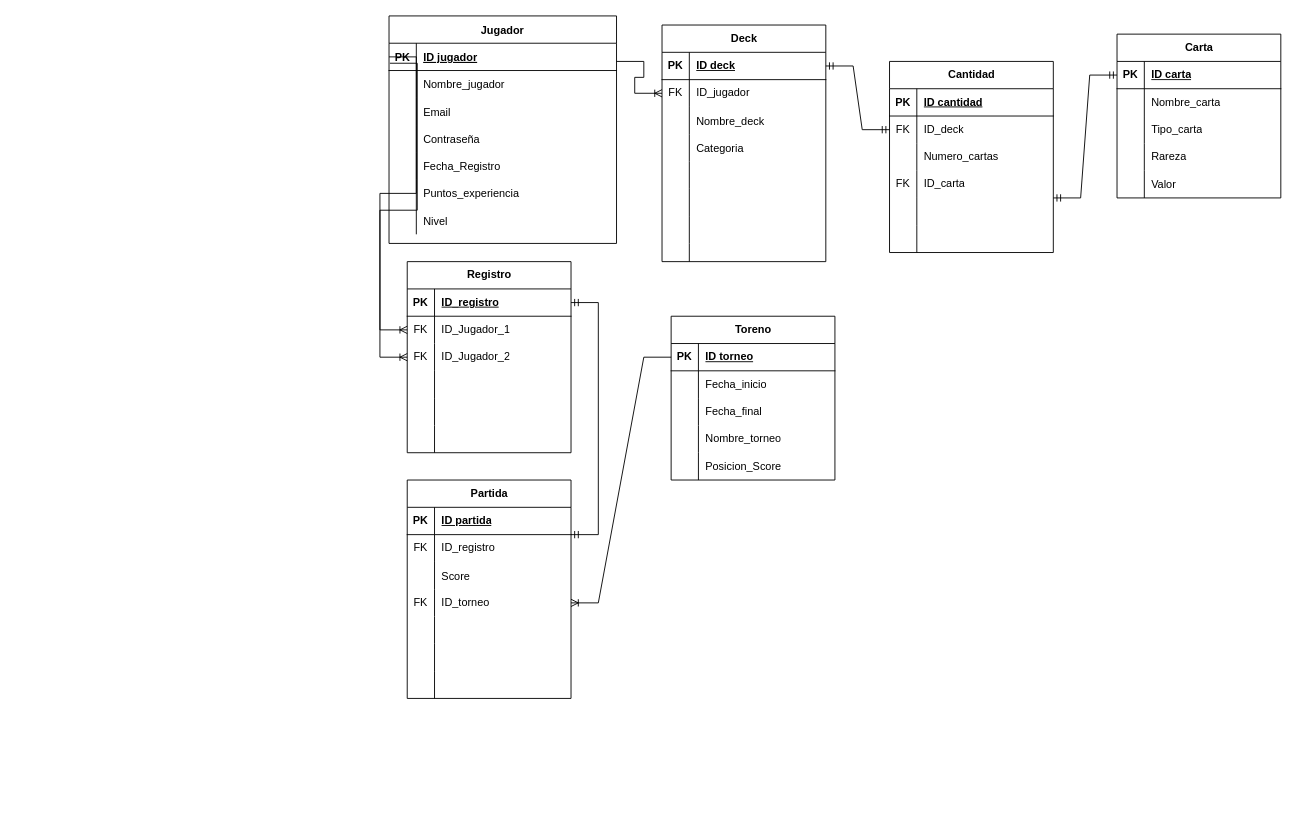
leaguirre3/A1749322_-TC2005B keeps this draw.io diagram as Base de Datos/Pokemon_TCG_1.drawio. Above is the earlier version. Source tidied: cells renumbered, new cells numbered last; positions are measured from the earlier drawing's top-left corner, leaving out a move shared by most shapes. Both pictures are drawn from the tidied source at 91%, with x=0, y=0 at pixel (389, 15).
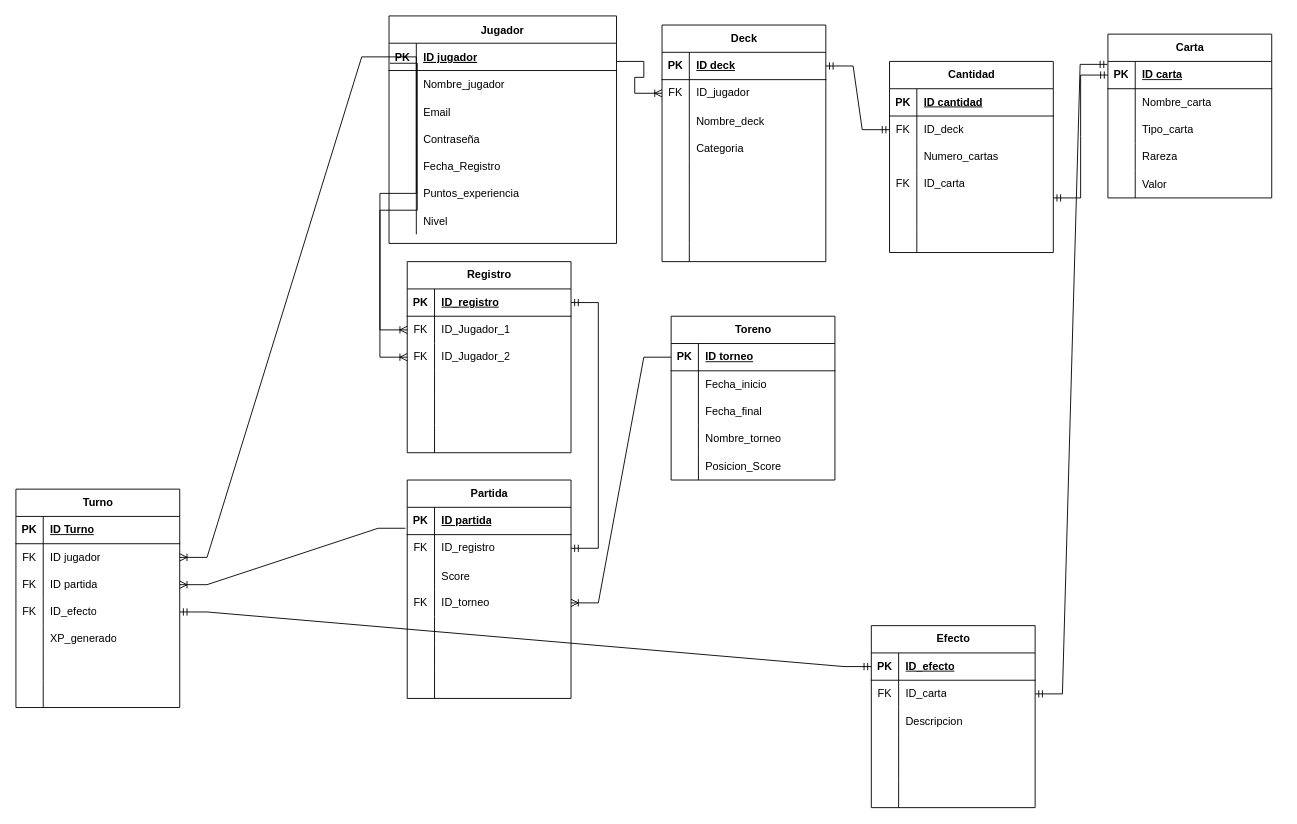
After the change.

Unchanged cells that the change refers to:
```xml
<mxCell id="3" style="shape=partialRectangle;fillColor=none;points=[[0,0.5],[1,0.5]];portConstraint=eastwest;top=0;left=0;right=0;bottom=1;" parent="2" vertex="1">
  <mxGeometry y="30" width="250" height="30" as="geometry" />
</mxCell>
<mxCell id="25" style="shape=tableRow;horizontal=0;startSize=0;swimlaneHead=0;swimlaneBody=0;fillColor=none;points=[[0,0.5],[1,0.5]];portConstraint=eastwest;top=0;left=0;right=0;bottom=1;" parent="24" vertex="1">
  <mxGeometry y="30" width="180" height="30" as="geometry" />
</mxCell>
<mxCell id="66" style="shape=tableRow;horizontal=0;startSize=0;swimlaneHead=0;swimlaneBody=0;fillColor=none;points=[[0,0.5],[1,0.5]];portConstraint=eastwest;top=0;left=0;right=0;bottom=1;" parent="65" vertex="1">
  <mxGeometry y="30" width="180" height="30" as="geometry" />
</mxCell>
<mxCell id="69" style="shape=tableRow;horizontal=0;startSize=0;swimlaneHead=0;swimlaneBody=0;fillColor=none;points=[[0,0.5],[1,0.5]];portConstraint=eastwest;top=0;left=0;right=0;bottom=0;" parent="65" vertex="1">
  <mxGeometry y="60" width="180" height="30" as="geometry" />
</mxCell>
<mxCell id="126" style="shape=tableRow;horizontal=0;startSize=0;swimlaneHead=0;swimlaneBody=0;fillColor=none;points=[[0,0.5],[1,0.5]];portConstraint=eastwest;top=0;left=0;right=0;bottom=1;" parent="125" vertex="1">
  <mxGeometry y="30" width="180" height="30" as="geometry" />
</mxCell>
```

Diff of the diagram source:
```diff
@@
     <mxCell id="24" value="Carta" style="shape=table;startSize=30;childLayout=tableLayout;rowLines=0;fontStyle=1;align=center;html=1;" parent="1" vertex="1">
-      <mxGeometry x="800" y="20" width="180" height="180" as="geometry" />
+      <mxGeometry x="790" y="20" width="180" height="180" as="geometry" />
     </mxCell>
@@
-    <mxCell id="146" style="edgeStyle=entityRelationEdgeStyle;fontSize=12;html=1;endArrow=ERmandOne;startArrow=ERmandOne;rounded=0;entryX=1;entryY=0.5;entryDx=0;entryDy=0;" parent="1" edge="1" target="126">
-      <mxGeometry relative="1" as="geometry">
-        <mxPoint x="200" y="570" as="sourcePoint" />
-      </mxGeometry>
-    </mxCell>
@@
+    <mxCell id="148" style="edgeStyle=entityRelationEdgeStyle;fontSize=12;html=1;endArrow=ERmandOne;startArrow=ERmandOne;rounded=0;" parent="1" edge="1" source="126" target="69">
+      <mxGeometry relative="1" as="geometry">
+        <Array as="points">
+          <mxPoint x="-30" y="490" />
+        </Array>
+      </mxGeometry>
+    </mxCell>
+    <mxCell id="149" value="Turno" style="shape=table;startSize=30;childLayout=tableLayout;rowLines=0;fontStyle=1;align=center;html=1;" parent="1" vertex="1">
+      <mxGeometry x="-410" y="520" width="180" height="240" as="geometry" />
+    </mxCell>
+    <mxCell id="150" style="shape=tableRow;horizontal=0;startSize=0;swimlaneHead=0;swimlaneBody=0;fillColor=none;top=0;left=0;right=0;bottom=1;" parent="149" vertex="1">
+      <mxGeometry y="30" width="180" height="30" as="geometry" />
+    </mxCell>
+    <mxCell id="151" value="PK" style="shape=partialRectangle;fillColor=none;top=0;left=0;bottom=0;right=0;fontStyle=1;overflow=hidden;whiteSpace=wrap;html=1;" parent="150" vertex="1">
+      <mxGeometry width="30" height="30" as="geometry" />
+    </mxCell>
+    <mxCell id="152" value="ID Turno" style="shape=partialRectangle;fillColor=none;top=0;left=0;bottom=0;right=0;align=left;spacingLeft=6;fontStyle=5;overflow=hidden;whiteSpace=wrap;html=1;" parent="150" vertex="1">
+      <mxGeometry x="30" width="150" height="30" as="geometry" />
+    </mxCell>
+    <mxCell id="153" style="shape=tableRow;horizontal=0;startSize=0;swimlaneHead=0;swimlaneBody=0;fillColor=none;points=[[0,0.5],[1,0.5]];portConstraint=eastwest;top=0;left=0;right=0;bottom=0;" parent="149" vertex="1">
+      <mxGeometry y="60" width="180" height="30" as="geometry" />
+    </mxCell>
+    <mxCell id="154" value="FK" style="shape=partialRectangle;fillColor=none;top=0;left=0;bottom=0;right=0;fontStyle=0;overflow=hidden;whiteSpace=wrap;html=1;" parent="153" vertex="1">
+      <mxGeometry width="30" height="30" as="geometry" />
+    </mxCell>
+    <mxCell id="155" value="ID jugador" style="shape=partialRectangle;fillColor=none;top=0;left=0;bottom=0;right=0;align=left;spacingLeft=6;fontStyle=0;overflow=hidden;whiteSpace=wrap;html=1;" parent="153" vertex="1">
+      <mxGeometry x="30" width="150" height="30" as="geometry" />
+    </mxCell>
+    <mxCell id="156" style="shape=tableRow;horizontal=0;startSize=0;swimlaneHead=0;swimlaneBody=0;fillColor=none;points=[[0,0.5],[1,0.5]];portConstraint=eastwest;top=0;left=0;right=0;bottom=0;" parent="149" vertex="1">
+      <mxGeometry y="90" width="180" height="30" as="geometry" />
+    </mxCell>
+    <mxCell id="157" value="FK" style="shape=partialRectangle;fillColor=none;top=0;left=0;bottom=0;right=0;fontStyle=0;overflow=hidden;whiteSpace=wrap;html=1;" parent="156" vertex="1">
+      <mxGeometry width="30" height="30" as="geometry" />
+    </mxCell>
+    <mxCell id="158" value="ID partida" style="shape=partialRectangle;fillColor=none;top=0;left=0;bottom=0;right=0;align=left;spacingLeft=6;fontStyle=0;overflow=hidden;whiteSpace=wrap;html=1;" parent="156" vertex="1">
+      <mxGeometry x="30" width="150" height="30" as="geometry" />
+    </mxCell>
+    <mxCell id="159" style="shape=tableRow;horizontal=0;startSize=0;swimlaneHead=0;swimlaneBody=0;fillColor=none;points=[[0,0.5],[1,0.5]];portConstraint=eastwest;top=0;left=0;right=0;bottom=0;" parent="149" vertex="1">
+      <mxGeometry y="120" width="180" height="30" as="geometry" />
+    </mxCell>
+    <mxCell id="160" value="FK" style="shape=partialRectangle;fillColor=none;top=0;left=0;bottom=0;right=0;fontStyle=0;overflow=hidden;whiteSpace=wrap;html=1;" parent="159" vertex="1">
+      <mxGeometry width="30" height="30" as="geometry" />
+    </mxCell>
+    <mxCell id="161" value="ID_efecto" style="shape=partialRectangle;fillColor=none;top=0;left=0;bottom=0;right=0;align=left;spacingLeft=6;fontStyle=0;overflow=hidden;whiteSpace=wrap;html=1;" parent="159" vertex="1">
+      <mxGeometry x="30" width="150" height="30" as="geometry" />
+    </mxCell>
+    <mxCell id="162" style="shape=tableRow;horizontal=0;startSize=0;swimlaneHead=0;swimlaneBody=0;fillColor=none;top=0;left=0;right=0;bottom=0;" parent="149" vertex="1">
+      <mxGeometry y="150" width="180" height="30" as="geometry" />
+    </mxCell>
+    <mxCell id="163" style="shape=partialRectangle;fillColor=none;top=0;left=0;bottom=0;right=0;overflow=hidden;whiteSpace=wrap;html=1;" parent="162" vertex="1">
+      <mxGeometry width="30" height="30" as="geometry" />
+    </mxCell>
+    <mxCell id="164" value="XP_generado" style="shape=partialRectangle;fillColor=none;top=0;left=0;bottom=0;right=0;align=left;spacingLeft=6;overflow=hidden;whiteSpace=wrap;html=1;" parent="162" vertex="1">
+      <mxGeometry x="30" width="150" height="30" as="geometry" />
+    </mxCell>
+    <mxCell id="165" style="shape=tableRow;horizontal=0;startSize=0;swimlaneHead=0;swimlaneBody=0;fillColor=none;top=0;left=0;right=0;bottom=0;" parent="149" vertex="1">
+      <mxGeometry y="180" width="180" height="30" as="geometry" />
+    </mxCell>
+    <mxCell id="166" style="shape=partialRectangle;fillColor=none;top=0;left=0;bottom=0;right=0;overflow=hidden;whiteSpace=wrap;html=1;" parent="165" vertex="1">
+      <mxGeometry width="30" height="30" as="geometry" />
+    </mxCell>
+    <mxCell id="167" style="shape=partialRectangle;fillColor=none;top=0;left=0;bottom=0;right=0;align=left;spacingLeft=6;overflow=hidden;whiteSpace=wrap;html=1;" parent="165" vertex="1">
+      <mxGeometry x="30" width="150" height="30" as="geometry" />
+    </mxCell>
+    <mxCell id="168" style="shape=tableRow;horizontal=0;startSize=0;swimlaneHead=0;swimlaneBody=0;fillColor=none;top=0;left=0;right=0;bottom=0;" parent="149" vertex="1">
+      <mxGeometry y="210" width="180" height="30" as="geometry" />
+    </mxCell>
+    <mxCell id="169" style="shape=partialRectangle;fillColor=none;top=0;left=0;bottom=0;right=0;overflow=hidden;whiteSpace=wrap;html=1;" parent="168" vertex="1">
+      <mxGeometry width="30" height="30" as="geometry" />
+    </mxCell>
+    <mxCell id="170" style="shape=partialRectangle;fillColor=none;top=0;left=0;bottom=0;right=0;align=left;spacingLeft=6;overflow=hidden;whiteSpace=wrap;html=1;" parent="168" vertex="1">
+      <mxGeometry x="30" width="150" height="30" as="geometry" />
+    </mxCell>
+    <mxCell id="171" style="edgeStyle=entityRelationEdgeStyle;fontSize=12;html=1;endArrow=ERoneToMany;rounded=0;exitX=-0.011;exitY=0.767;exitDx=0;exitDy=0;exitPerimeter=0;" parent="1" edge="1" source="66" target="156">
+      <mxGeometry relative="1" as="geometry">
+        <Array as="points">
+          <mxPoint y="555" />
+        </Array>
+      </mxGeometry>
+    </mxCell>
+    <mxCell id="172" style="edgeStyle=entityRelationEdgeStyle;fontSize=12;html=1;endArrow=ERoneToMany;rounded=0;entryX=1;entryY=0.5;entryDx=0;entryDy=0;exitX=0;exitY=0.5;exitDx=0;exitDy=0;" parent="1" edge="1" source="3" target="153">
+      <mxGeometry relative="1" as="geometry" />
+    </mxCell>
+    <mxCell id="173" style="edgeStyle=entityRelationEdgeStyle;fontSize=12;html=1;endArrow=ERmandOne;startArrow=ERmandOne;rounded=0;exitX=1;exitY=0.5;exitDx=0;exitDy=0;entryX=-0.003;entryY=0.108;entryDx=0;entryDy=0;entryPerimeter=0;" parent="1" edge="1" source="178" target="25">
+      <mxGeometry relative="1" as="geometry" />
+    </mxCell>
+    <mxCell id="174" value="Efecto" style="shape=table;startSize=30;childLayout=tableLayout;rowLines=0;fontStyle=1;align=center;html=1;" parent="1" vertex="1">
+      <mxGeometry x="530" y="670" width="180" height="200" as="geometry" />
+    </mxCell>
+    <mxCell id="175" style="shape=tableRow;horizontal=0;startSize=0;swimlaneHead=0;swimlaneBody=0;fillColor=none;points=[[0,0.5],[1,0.5]];portConstraint=eastwest;top=0;left=0;right=0;bottom=1;" parent="174" vertex="1">
+      <mxGeometry y="30" width="180" height="30" as="geometry" />
+    </mxCell>
+    <mxCell id="176" value="PK" style="shape=partialRectangle;fillColor=none;top=0;left=0;bottom=0;right=0;fontStyle=1;overflow=hidden;whiteSpace=wrap;html=1;" parent="175" vertex="1">
+      <mxGeometry width="30" height="30" as="geometry" />
+    </mxCell>
+    <mxCell id="177" value="ID_efecto" style="shape=partialRectangle;fillColor=none;top=0;left=0;bottom=0;right=0;align=left;spacingLeft=6;fontStyle=5;overflow=hidden;whiteSpace=wrap;html=1;" parent="175" vertex="1">
+      <mxGeometry x="30" width="150" height="30" as="geometry" />
+    </mxCell>
+    <mxCell id="178" style="shape=tableRow;horizontal=0;startSize=0;swimlaneHead=0;swimlaneBody=0;fillColor=none;points=[[0,0.5],[1,0.5]];portConstraint=eastwest;top=0;left=0;right=0;bottom=0;" parent="174" vertex="1">
+      <mxGeometry y="60" width="180" height="30" as="geometry" />
+    </mxCell>
+    <mxCell id="179" value="FK" style="shape=partialRectangle;fillColor=none;top=0;left=0;bottom=0;right=0;fontStyle=0;overflow=hidden;whiteSpace=wrap;html=1;" parent="178" vertex="1">
+      <mxGeometry width="30" height="30" as="geometry" />
+    </mxCell>
+    <mxCell id="180" value="ID_carta" style="shape=partialRectangle;fillColor=none;top=0;left=0;bottom=0;right=0;align=left;spacingLeft=6;fontStyle=0;overflow=hidden;whiteSpace=wrap;html=1;" parent="178" vertex="1">
+      <mxGeometry x="30" width="150" height="30" as="geometry" />
+    </mxCell>
+    <mxCell id="181" style="shape=tableRow;horizontal=0;startSize=0;swimlaneHead=0;swimlaneBody=0;fillColor=none;top=0;left=0;right=0;bottom=0;" parent="174" vertex="1">
+      <mxGeometry y="90" width="180" height="30" as="geometry" />
+    </mxCell>
+    <mxCell id="182" style="shape=partialRectangle;fillColor=none;top=0;left=0;bottom=0;right=0;overflow=hidden;" parent="181" vertex="1">
+      <mxGeometry width="30" height="30" as="geometry" />
+    </mxCell>
+    <mxCell id="183" value="Descripcion" style="shape=partialRectangle;fillColor=none;top=0;left=0;bottom=0;right=0;align=left;spacingLeft=6;overflow=hidden;" parent="181" vertex="1">
+      <mxGeometry x="30" width="150" height="30" as="geometry" />
+    </mxCell>
+    <mxCell id="184" style="shape=tableRow;horizontal=0;startSize=0;swimlaneHead=0;swimlaneBody=0;fillColor=none;top=0;left=0;right=0;bottom=0;" parent="174" vertex="1">
+      <mxGeometry y="120" width="180" height="30" as="geometry" />
+    </mxCell>
+    <mxCell id="185" style="shape=partialRectangle;fillColor=none;top=0;left=0;bottom=0;right=0;overflow=hidden;whiteSpace=wrap;html=1;" parent="184" vertex="1">
+      <mxGeometry width="30" height="30" as="geometry" />
+    </mxCell>
+    <mxCell id="186" style="shape=partialRectangle;fillColor=none;top=0;left=0;bottom=0;right=0;align=left;spacingLeft=6;overflow=hidden;whiteSpace=wrap;html=1;" parent="184" vertex="1">
+      <mxGeometry x="30" width="150" height="30" as="geometry" />
+    </mxCell>
+    <mxCell id="187" style="shape=tableRow;horizontal=0;startSize=0;swimlaneHead=0;swimlaneBody=0;fillColor=none;top=0;left=0;right=0;bottom=0;" parent="174" vertex="1">
+      <mxGeometry y="150" width="180" height="20" as="geometry" />
+    </mxCell>
+    <mxCell id="188" style="shape=partialRectangle;fillColor=none;top=0;left=0;bottom=0;right=0;overflow=hidden;whiteSpace=wrap;html=1;" parent="187" vertex="1">
+      <mxGeometry width="30" height="20" as="geometry" />
+    </mxCell>
+    <mxCell id="189" style="shape=partialRectangle;fillColor=none;top=0;left=0;bottom=0;right=0;align=left;spacingLeft=6;overflow=hidden;whiteSpace=wrap;html=1;" parent="187" vertex="1">
+      <mxGeometry x="30" width="150" height="20" as="geometry" />
+    </mxCell>
+    <mxCell id="190" style="shape=tableRow;horizontal=0;startSize=0;swimlaneHead=0;swimlaneBody=0;fillColor=none;top=0;left=0;right=0;bottom=0;" parent="174" vertex="1">
+      <mxGeometry y="170" width="180" height="30" as="geometry" />
+    </mxCell>
+    <mxCell id="191" style="shape=partialRectangle;fillColor=none;top=0;left=0;bottom=0;right=0;overflow=hidden;whiteSpace=wrap;html=1;" parent="190" vertex="1">
+      <mxGeometry width="30" height="30" as="geometry" />
+    </mxCell>
+    <mxCell id="192" style="shape=partialRectangle;fillColor=none;top=0;left=0;bottom=0;right=0;align=left;spacingLeft=6;overflow=hidden;whiteSpace=wrap;html=1;" parent="190" vertex="1">
+      <mxGeometry x="30" width="150" height="30" as="geometry" />
+    </mxCell>
+    <mxCell id="193" style="edgeStyle=entityRelationEdgeStyle;fontSize=12;html=1;endArrow=ERmandOne;startArrow=ERmandOne;rounded=0;entryX=0;entryY=0.5;entryDx=0;entryDy=0;exitX=1;exitY=0.5;exitDx=0;exitDy=0;" parent="1" edge="1" source="159" target="175">
+      <mxGeometry relative="1" as="geometry">
+        <Array as="points">
+          <mxPoint x="324.3" y="1388" />
+        </Array>
+      </mxGeometry>
+    </mxCell>
```
